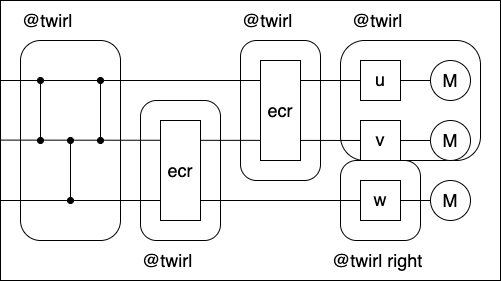
Before: docs/figs/dressed_box_mixed_collect.drawio.png, a diagram exported from draw.io (Qiskit/samplomatic). Source tidied: cells renumbered, new cells last; positions are measured from the earlier drawing's top-left corner, leaving out a move shared by most shapes. Its diagram source:
```xml
<mxGraphModel>
  <root>
    <mxCell id="0" />
    <mxCell id="1" parent="0" />
    <mxCell id="2" style="group;fontSize=18;" parent="1" vertex="1">
      <mxGeometry width="500" height="280" as="geometry" />
    </mxCell>
    <mxCell id="3" style="rounded=0;whiteSpace=wrap;html=1;fontSize=18;" parent="2" vertex="1">
      <mxGeometry width="500" height="280" as="geometry" />
    </mxCell>
    <mxCell id="4" style="rounded=1;whiteSpace=wrap;html=1;arcSize=20;fontSize=18;" parent="2" vertex="1">
      <mxGeometry x="340" y="160" width="80" height="80" as="geometry" />
    </mxCell>
    <mxCell id="5" style="rounded=1;whiteSpace=wrap;html=1;arcSize=20;fontSize=18;" parent="2" vertex="1">
      <mxGeometry x="20" y="40" width="100" height="200" as="geometry" />
    </mxCell>
    <mxCell id="6" style="endArrow=oval;startArrow=oval;html=1;startFill=1;endFill=1;fontSize=18;" parent="2" edge="1">
      <mxGeometry relative="1" as="geometry">
        <mxPoint x="40" y="140" as="sourcePoint" />
        <mxPoint x="40" y="80" as="targetPoint" />
      </mxGeometry>
    </mxCell>
    <mxCell id="7" style="endArrow=oval;startArrow=oval;html=1;startFill=1;endFill=1;fontSize=18;" parent="2" edge="1">
      <mxGeometry relative="1" as="geometry">
        <mxPoint x="100" y="140" as="sourcePoint" />
        <mxPoint x="100" y="80" as="targetPoint" />
      </mxGeometry>
    </mxCell>
    <mxCell id="8" style="endArrow=oval;startArrow=oval;html=1;startFill=1;endFill=1;fontSize=18;" parent="2" edge="1">
      <mxGeometry relative="1" as="geometry">
        <mxPoint x="70" y="200" as="sourcePoint" />
        <mxPoint x="70" y="140" as="targetPoint" />
      </mxGeometry>
    </mxCell>
    <mxCell id="9" style="rounded=1;whiteSpace=wrap;html=1;arcSize=20;fontSize=18;" parent="2" vertex="1">
      <mxGeometry x="140" y="100" width="80" height="140" as="geometry" />
    </mxCell>
    <mxCell id="10" style="rounded=1;whiteSpace=wrap;html=1;arcSize=20;fontSize=18;" parent="2" vertex="1">
      <mxGeometry x="240" y="40" width="80" height="140" as="geometry" />
    </mxCell>
    <mxCell id="11" style="rounded=1;whiteSpace=wrap;html=1;arcSize=20;fontSize=18;" parent="2" vertex="1">
      <mxGeometry x="340" y="40" width="140" height="120" as="geometry" />
    </mxCell>
    <mxCell id="12" style="endArrow=none;html=1;entryX=0;entryY=0.5;entryDx=0;entryDy=0;fontSize=18;" parent="2" edge="1" source="18" target="13">
      <mxGeometry relative="1" as="geometry" />
    </mxCell>
    <mxCell id="13" value="M" style="ellipse;whiteSpace=wrap;html=1;fontSize=18;" parent="2" vertex="1">
      <mxGeometry x="430" y="60" width="40" height="40" as="geometry" />
    </mxCell>
    <mxCell id="14" value="M" style="ellipse;whiteSpace=wrap;html=1;fontSize=18;" parent="2" vertex="1">
      <mxGeometry x="430" y="180" width="40" height="40" as="geometry" />
    </mxCell>
    <mxCell id="15" style="endArrow=none;html=1;fontSize=18;" parent="2" edge="1" source="20" target="16">
      <mxGeometry relative="1" as="geometry" />
    </mxCell>
    <mxCell id="16" value="M" style="ellipse;whiteSpace=wrap;html=1;fontSize=18;" parent="2" vertex="1">
      <mxGeometry x="430" y="120" width="40" height="40" as="geometry" />
    </mxCell>
    <mxCell id="17" style="endArrow=none;html=1;entryX=0;entryY=0.5;entryDx=0;entryDy=0;fontSize=18;" parent="2" edge="1" target="18">
      <mxGeometry relative="1" as="geometry">
        <mxPoint y="80" as="sourcePoint" />
      </mxGeometry>
    </mxCell>
    <mxCell id="18" value="&lt;font face=&quot;Helvetica&quot;&gt;u&lt;/font&gt;" style="rounded=0;whiteSpace=wrap;html=1;fontFamily=Times New Roman;fontSize=18;" parent="2" vertex="1">
      <mxGeometry x="360" y="60" width="40" height="40" as="geometry" />
    </mxCell>
    <mxCell id="19" style="endArrow=none;html=1;fontSize=18;" parent="2" edge="1" target="20">
      <mxGeometry relative="1" as="geometry">
        <mxPoint y="139.6" as="sourcePoint" />
      </mxGeometry>
    </mxCell>
    <mxCell id="20" value="&lt;font face=&quot;Helvetica&quot;&gt;v&lt;/font&gt;" style="rounded=0;whiteSpace=wrap;html=1;fontFamily=Times New Roman;fontSize=18;" parent="2" vertex="1">
      <mxGeometry x="360" y="120" width="40" height="40" as="geometry" />
    </mxCell>
    <mxCell id="21" style="endArrow=none;html=1;entryX=0;entryY=0.5;entryDx=0;entryDy=0;fontSize=18;" parent="2" edge="1" target="14">
      <mxGeometry relative="1" as="geometry">
        <mxPoint y="200" as="sourcePoint" />
      </mxGeometry>
    </mxCell>
    <mxCell id="22" value="&lt;font&gt;ecr&lt;/font&gt;" style="rounded=0;whiteSpace=wrap;html=1;fontSize=18;" parent="2" vertex="1">
      <mxGeometry x="160" y="120" width="40" height="100" as="geometry" />
    </mxCell>
    <mxCell id="23" value="&lt;font face=&quot;Helvetica&quot;&gt;w&lt;/font&gt;" style="rounded=0;whiteSpace=wrap;html=1;fontFamily=Times New Roman;fontSize=18;" parent="2" vertex="1">
      <mxGeometry x="360" y="180" width="40" height="40" as="geometry" />
    </mxCell>
    <mxCell id="24" value="&lt;font&gt;ecr&lt;/font&gt;" style="rounded=0;whiteSpace=wrap;html=1;fontSize=18;" parent="2" vertex="1">
      <mxGeometry x="260" y="60" width="40" height="100" as="geometry" />
    </mxCell>
    <mxCell id="25" value="&lt;font&gt;@twirl&lt;/font&gt;" style="text;html=1;align=left;verticalAlign=middle;whiteSpace=wrap;rounded=0;fontSize=18;" parent="2" vertex="1">
      <mxGeometry x="20" width="60" height="40" as="geometry" />
    </mxCell>
    <mxCell id="26" value="&lt;font&gt;@twirl&lt;/font&gt;" style="text;html=1;align=left;verticalAlign=middle;whiteSpace=wrap;rounded=0;fontSize=18;" parent="2" vertex="1">
      <mxGeometry x="240" width="60" height="40" as="geometry" />
    </mxCell>
    <mxCell id="27" value="&lt;font&gt;@twirl&lt;/font&gt;" style="text;html=1;align=left;verticalAlign=middle;whiteSpace=wrap;rounded=0;fontSize=18;" parent="2" vertex="1">
      <mxGeometry x="350" width="60" height="40" as="geometry" />
    </mxCell>
    <mxCell id="28" value="&lt;font&gt;@twirl&lt;/font&gt;" style="text;html=1;align=left;verticalAlign=middle;whiteSpace=wrap;rounded=0;fontSize=18;" parent="2" vertex="1">
      <mxGeometry x="140" y="240" width="60" height="40" as="geometry" />
    </mxCell>
    <mxCell id="29" value="&lt;font&gt;@twirl right&lt;/font&gt;" style="text;html=1;align=left;verticalAlign=middle;whiteSpace=wrap;rounded=0;fontSize=18;" parent="2" vertex="1">
      <mxGeometry x="330" y="240" width="100" height="40" as="geometry" />
    </mxCell>
  </root>
</mxGraphModel>
```
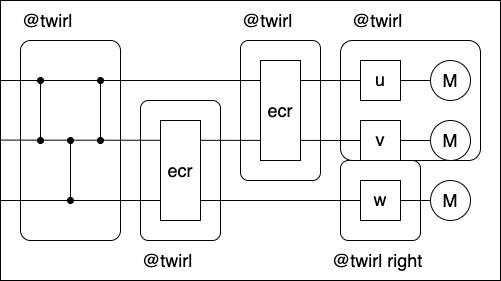
Above is the later version.

Diff of the diagram source:
```diff
@@ -8,10 +8,10 @@
     <mxCell id="3" style="rounded=0;whiteSpace=wrap;html=1;fontSize=18;" parent="2" vertex="1">
       <mxGeometry width="500" height="280" as="geometry" />
     </mxCell>
-    <mxCell id="4" style="rounded=1;whiteSpace=wrap;html=1;arcSize=20;fontSize=18;" parent="2" vertex="1">
+    <mxCell id="4" style="rounded=1;whiteSpace=wrap;html=1;arcSize=10;fontSize=18;" parent="2" vertex="1">
       <mxGeometry x="340" y="160" width="80" height="80" as="geometry" />
     </mxCell>
-    <mxCell id="5" style="rounded=1;whiteSpace=wrap;html=1;arcSize=20;fontSize=18;" parent="2" vertex="1">
+    <mxCell id="5" style="rounded=1;whiteSpace=wrap;html=1;arcSize=10;fontSize=18;" parent="2" vertex="1">
       <mxGeometry x="20" y="40" width="100" height="200" as="geometry" />
     </mxCell>
     <mxCell id="6" style="endArrow=oval;startArrow=oval;html=1;startFill=1;endFill=1;fontSize=18;" parent="2" edge="1">
@@ -32,13 +32,13 @@
         <mxPoint x="70" y="140" as="targetPoint" />
       </mxGeometry>
     </mxCell>
-    <mxCell id="9" style="rounded=1;whiteSpace=wrap;html=1;arcSize=20;fontSize=18;" parent="2" vertex="1">
+    <mxCell id="9" style="rounded=1;whiteSpace=wrap;html=1;arcSize=10;fontSize=18;" parent="2" vertex="1">
       <mxGeometry x="140" y="100" width="80" height="140" as="geometry" />
     </mxCell>
-    <mxCell id="10" style="rounded=1;whiteSpace=wrap;html=1;arcSize=20;fontSize=18;" parent="2" vertex="1">
+    <mxCell id="10" style="rounded=1;whiteSpace=wrap;html=1;arcSize=10;fontSize=18;" parent="2" vertex="1">
       <mxGeometry x="240" y="40" width="80" height="140" as="geometry" />
     </mxCell>
-    <mxCell id="11" style="rounded=1;whiteSpace=wrap;html=1;arcSize=20;fontSize=18;" parent="2" vertex="1">
+    <mxCell id="11" style="rounded=1;whiteSpace=wrap;html=1;arcSize=10;fontSize=18;" parent="2" vertex="1">
       <mxGeometry x="340" y="40" width="140" height="120" as="geometry" />
     </mxCell>
     <mxCell id="12" style="endArrow=none;html=1;entryX=0;entryY=0.5;entryDx=0;entryDy=0;fontSize=18;" parent="2" edge="1" source="18" target="13">
```
